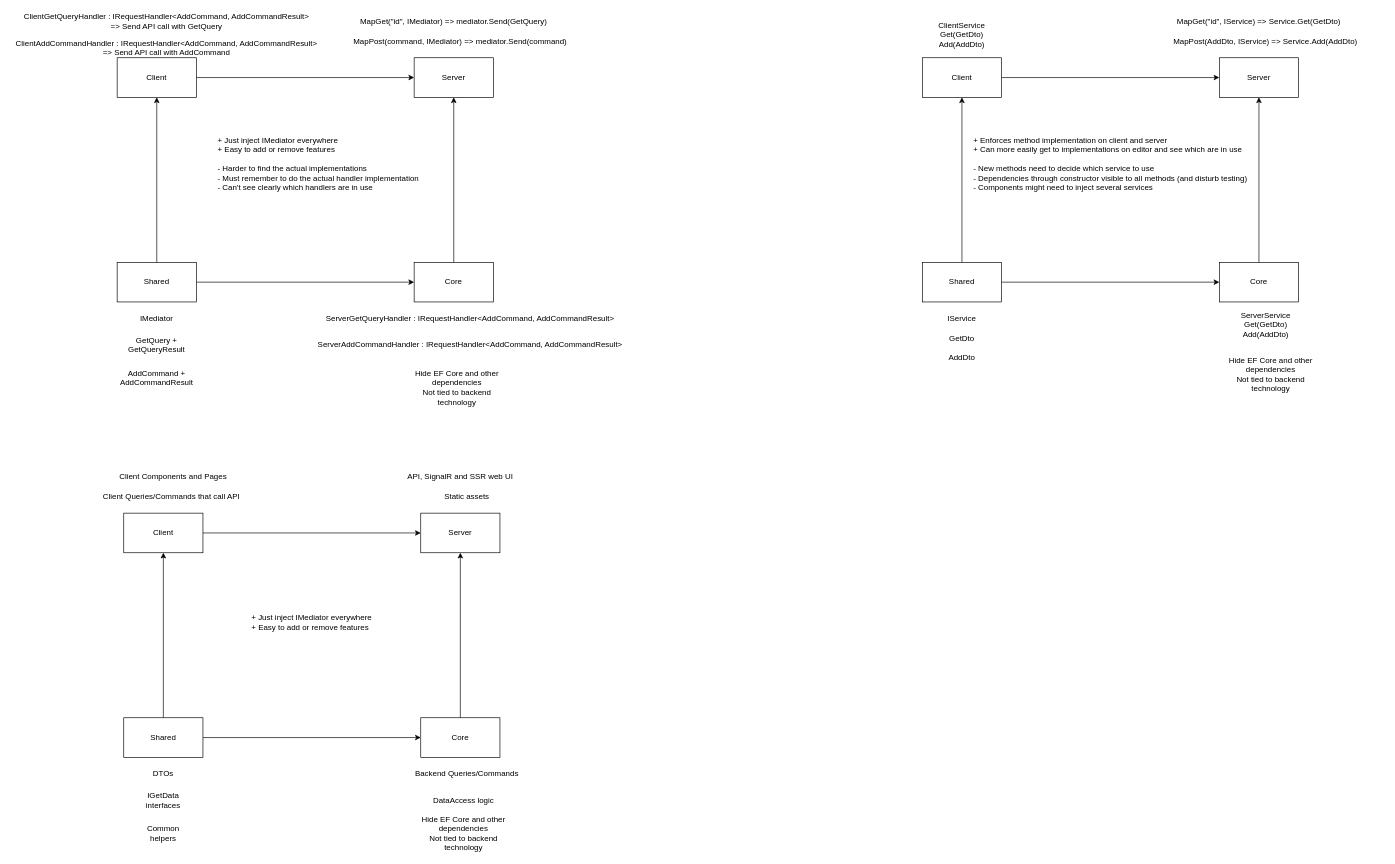
Earlier version of the draw.io diagram Docs/architecture.drawio (Markz878/DiscussionForum). Source tidied: cells renumbered, new cells numbered last; positions are measured from the earlier drawing's top-left corner, leaving out a move shared by most shapes. Both pictures are drawn from the tidied source at 66%, with x=0, y=0 at pixel (11, 11).
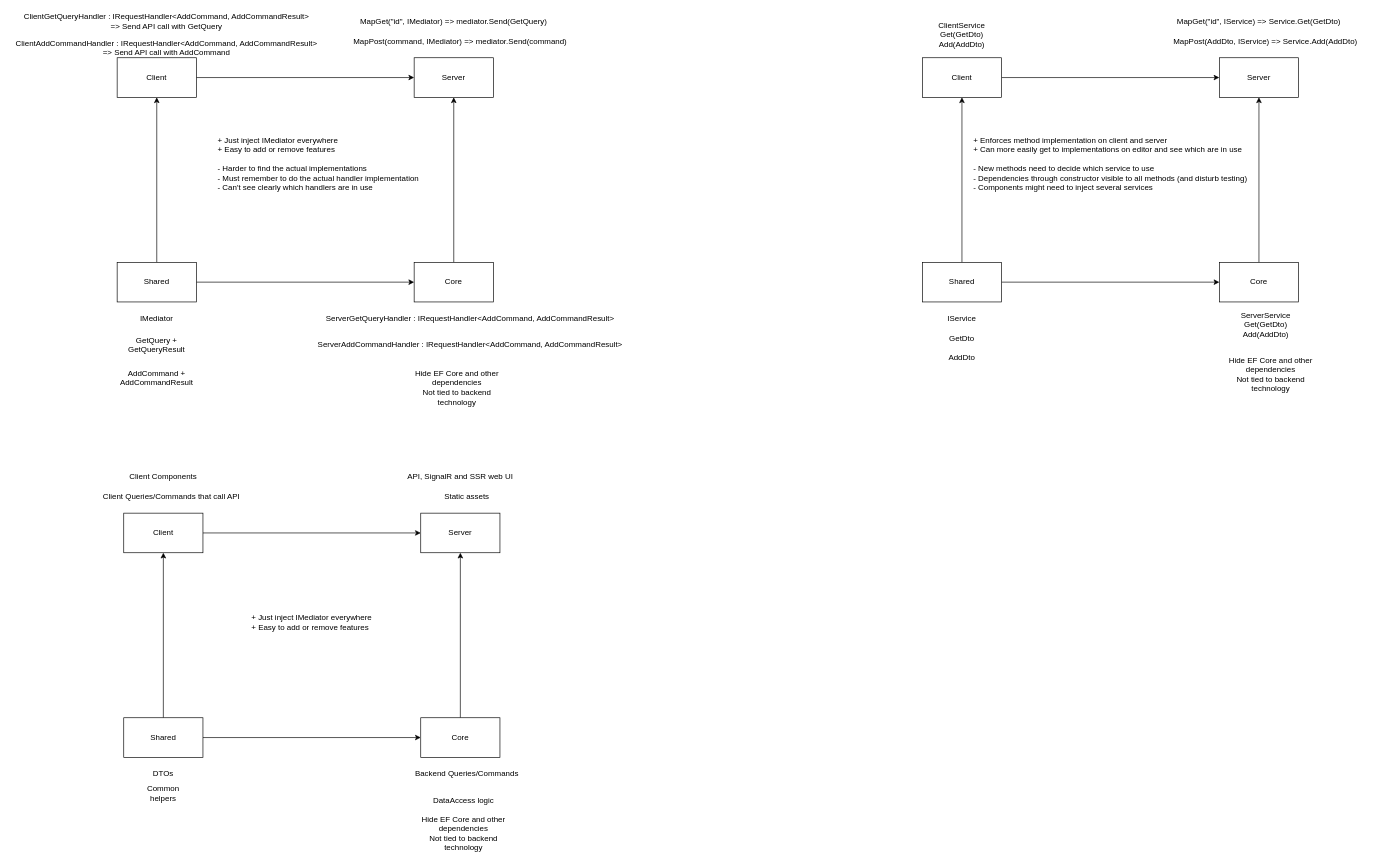
Above is the later version.

Change to the diagram source:
```diff
@@
     <mxCell id="48" value="Common helpers" style="text;html=1;strokeColor=none;fillColor=none;align=center;verticalAlign=middle;whiteSpace=wrap;rounded=0;" parent="1" vertex="1">
-      <mxGeometry x="200" y="1230" width="60" height="30" as="geometry" />
+      <mxGeometry x="200" y="1170" width="60" height="30" as="geometry" />
     </mxCell>
-    <mxCell id="49" value="IGetData interfaces" style="text;html=1;strokeColor=none;fillColor=none;align=center;verticalAlign=middle;whiteSpace=wrap;rounded=0;" parent="1" vertex="1">
-      <mxGeometry x="200" y="1180" width="60" height="30" as="geometry" />
-    </mxCell>
@@
-    <mxCell id="51" value="Client Components and Pages" style="text;html=1;strokeColor=none;fillColor=none;align=center;verticalAlign=middle;whiteSpace=wrap;rounded=0;" parent="1" vertex="1">
-      <mxGeometry x="10" y="690" width="470" height="30" as="geometry" />
+    <mxCell id="51" value="Client Components" style="text;html=1;strokeColor=none;fillColor=none;align=center;verticalAlign=middle;whiteSpace=wrap;rounded=0;" parent="1" vertex="1">
+      <mxGeometry x="135" y="690" width="190" height="30" as="geometry" />
     </mxCell>
```
